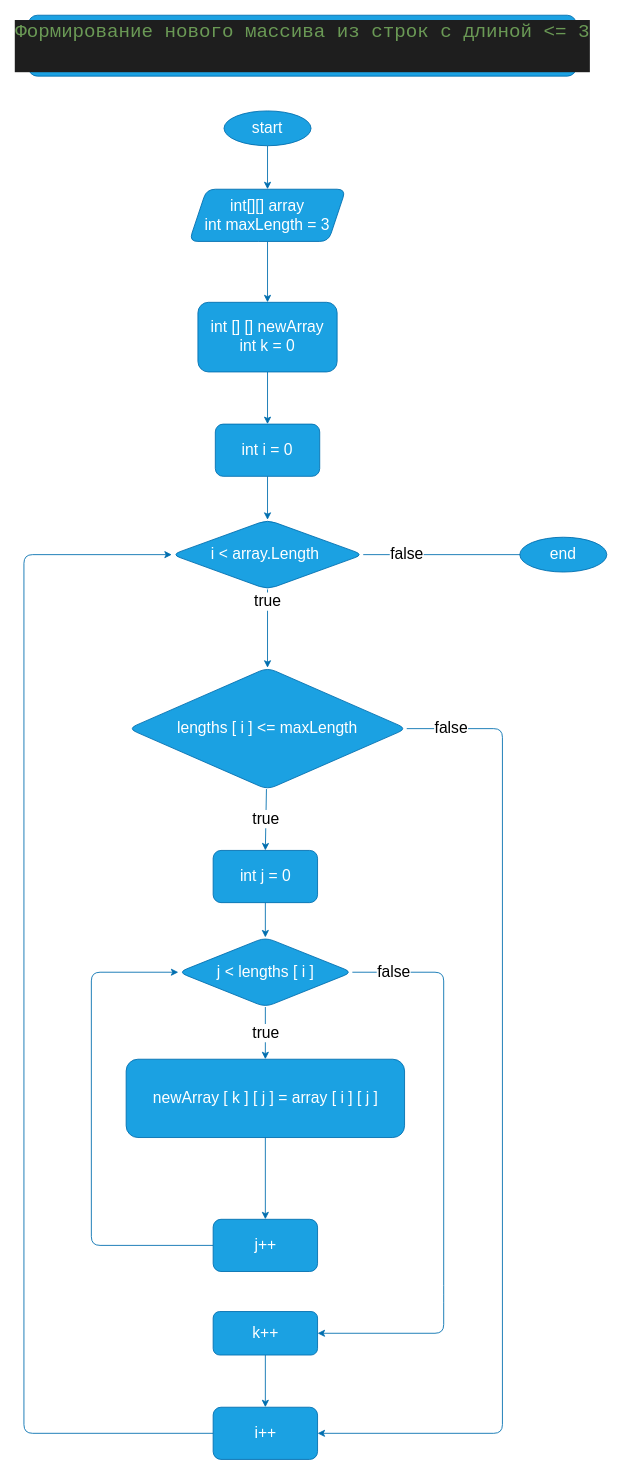
Above: task/diagrams.drawio in viridsparkle/finaltask (draw.io), before the change. Source tidied: cells renumbered, new cells numbered last; positions are measured from the earlier drawing's top-left corner, leaving out a move shared by most shapes. Both pictures are drawn from the tidied source at 87%, with x=0, y=0 at pixel (23, 15).
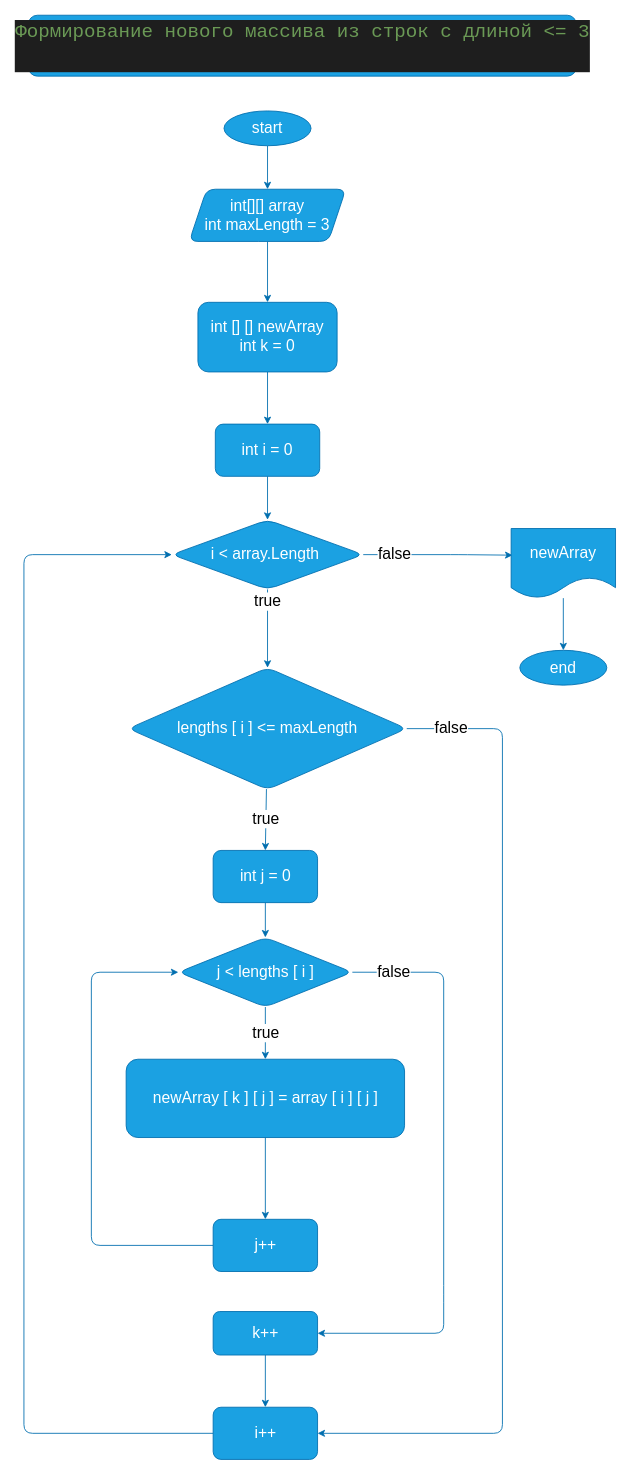
After the change.

Commit message:
Отредактировали блок-схему 7 метода

Unchanged cells that the change refers to:
```xml
<mxCell id="8" value="&lt;span style=&quot;font-size: 18px;&quot;&gt;i &amp;lt; array.Length&amp;nbsp;&lt;/span&gt;" style="rhombus;whiteSpace=wrap;html=1;rounded=1;fillColor=#1ba1e2;fontColor=#ffffff;strokeColor=#006EAF;" parent="1" vertex="1">
  <mxGeometry x="170" y="580" width="220" height="80" as="geometry" />
</mxCell>
```

The edit, as a diff of the source:
```diff
@@
-    <mxCell id="12" value="false" style="edgeStyle=none;html=1;exitX=1;exitY=0.5;exitDx=0;exitDy=0;fontSize=18;fillColor=#1ba1e2;strokeColor=#006EAF;" parent="1" edge="1" source="8" target="28">
+    <mxCell id="12" value="false" style="edgeStyle=none;html=1;exitX=1;exitY=0.5;exitDx=0;exitDy=0;fontSize=18;fillColor=#1ba1e2;strokeColor=#006EAF;entryX=0.013;entryY=0.383;entryDx=0;entryDy=0;entryPerimeter=0;" parent="1" edge="1" source="8" target="32">
       <mxGeometry x="-0.58" relative="1" as="geometry">
         <Array as="points">
-          <mxPoint x="600" y="620" />
+          <mxPoint x="500" y="620" />
         </Array>
       </mxGeometry>
     </mxCell>
@@
     <mxCell id="28" value="end" style="ellipse;whiteSpace=wrap;html=1;fontSize=18;rounded=1;fillColor=#1ba1e2;fontColor=#ffffff;strokeColor=#006EAF;" parent="1" vertex="1">
-      <mxGeometry x="570" y="600" width="100" height="40" as="geometry" />
+      <mxGeometry x="570" y="730" width="100" height="40" as="geometry" />
     </mxCell>
@@
+    <mxCell id="31" style="edgeStyle=none;html=1;fillColor=#1ba1e2;strokeColor=#006EAF;" parent="1" edge="1" source="32" target="28">
+      <mxGeometry relative="1" as="geometry" />
+    </mxCell>
+    <mxCell id="32" value="&lt;font style=&quot;font-size: 18px;&quot;&gt;newArray&lt;/font&gt;" style="shape=document;whiteSpace=wrap;html=1;boundedLbl=1;fillColor=#1ba1e2;fontColor=#ffffff;strokeColor=#006EAF;" parent="1" vertex="1">
+      <mxGeometry x="560" y="590" width="120" height="80" as="geometry" />
+    </mxCell>
```
